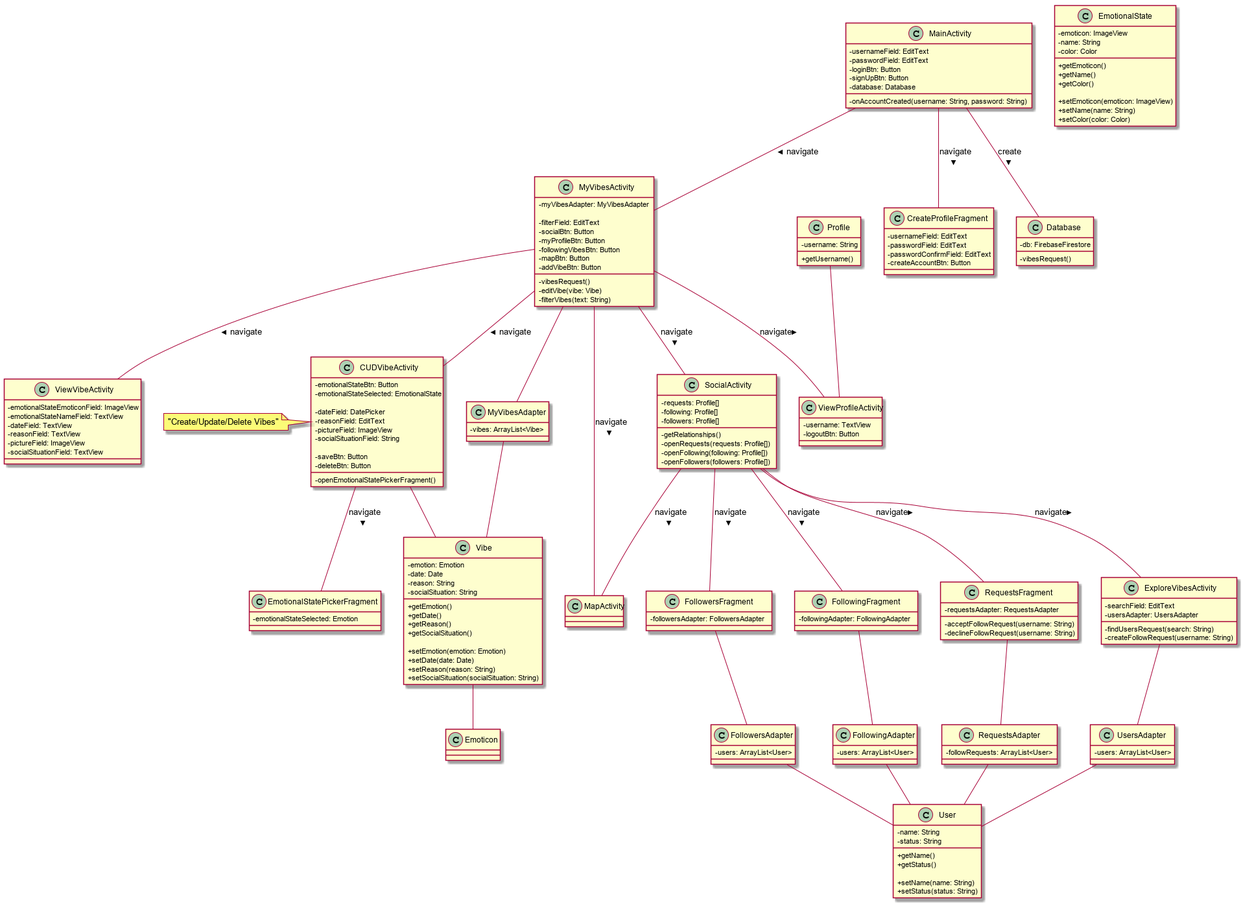
gatilogo/Vybe keeps this PlantUML diagram as doc/UML.png. Above is the earlier version. The source it was exported from:
```plantuml
@startuml UML

skinparam ClassAttributeIconSize 0


Class MainActivity {
    - usernameField: EditText
    - passwordField: EditText
    - loginBtn: Button
    - signUpBtn: Button
    - database: Database

    - onAccountCreated(username: String, password: String)
}

Class MyVibesActivity {
    - myVibesAdapter: MyVibesAdapter

    - filterField: EditText
    - socialBtn: Button
    - myProfileBtn: Button
    - followingVibesBtn: Button
    - mapBtn: Button
    - addVibeBtn: Button

    - vibesRequest()
    - editVibe(vibe: Vibe)
    - filterVibes(text: String)
}

note left of CUDVibeActivity: "Create/Update/Delete Vibes"
Class CUDVibeActivity {
    - emotionalStateBtn: Button
    - emotionalStateSelected: EmotionalState

    - dateField: DatePicker
    - reasonField: EditText
    - pictureField: ImageView
    - socialSituationField: String

    - saveBtn: Button
    - deleteBtn: Button

    - openEmotionalStatePickerFragment()
}

Class ViewVibeActivity {
    - emotionalStateEmoticonField: ImageView
    - emotionalStateNameField: TextView
    - dateField: TextView
    - reasonField: TextView
    - pictureField: ImageView
    - socialSituationField: TextView
}


Class ViewProfileActivity {
    - username: TextView
    - logoutBtn: Button
}


Class SocialActivity {
    - requests: Profile[]
    - following: Profile[]
    - followers: Profile[]

    - getRelationships()
    - openRequests(requests: Profile[])
    - openFollowing(following: Profile[])
    - openFollowers(followers: Profile[])
}

Class ExploreVibesActivity {
    - searchField: EditText
    - usersAdapter: UsersAdapter

    - findUsersRequest(search: String)
    - createFollowRequest(username: String)
}

Class MapActivity {

}


Class CreateProfileFragment {
    - usernameField: EditText
    - passwordField: EditText
    - passwordConfirmField: EditText
    - createAccountBtn: Button
}

Class RequestsFragment {
    - requestsAdapter: RequestsAdapter
    - acceptFollowRequest(username: String)
    - declineFollowRequest(username: String)
}

Class FollowingFragment {
    - followingAdapter: FollowingAdapter
}

Class FollowersFragment {
    - followersAdapter: FollowersAdapter
}

Class EmotionalStatePickerFragment {
    - emotionalStateSelected: Emotion
}


Class Profile {
    - username: String

    + getUsername()
}

Class Vibe {
    - emotion: Emotion
    - date: Date
    - reason: String
    - socialSituation: String

    + getEmotion()
    + getDate()
    + getReason()
    + getSocialSituation()

    + setEmotion(emotion: Emotion)
    + setDate(date: Date)
    + setReason(reason: String)
    + setSocialSituation(socialSituation: String)
}

Class EmotionalState {
    - emoticon: ImageView
    - name: String
    - color: Color

    + getEmoticon()
    + getName()
    + getColor()

    + setEmoticon(emoticon: ImageView)
    + setName(name: String)
    + setColor(color: Color)

}

Class User {
    - name: String
    - status: String

    + getName()
    + getStatus()

    + setName(name: String)
    + setStatus(status: String)
}


Class MyVibesAdapter {
    - vibes: ArrayList<Vibe>

}

Class FollowersAdapter {
    - users: ArrayList<User>

}

Class FollowingAdapter {
    - users: ArrayList<User>

}

Class RequestsAdapter {
    - followRequests: ArrayList<User>

}
Class UsersAdapter {
    - users: ArrayList<User>

}


Class Database {
    - db: FirebaseFirestore
    - vibesRequest()
}





MainActivity -- CreateProfileFragment: navigate >
MainActivity -- MyVibesActivity: navigate >

MyVibesActivity -- ViewProfileActivity:  navigate >
MyVibesActivity -- CUDVibeActivity: navigate >
MyVibesActivity -- ViewVibeActivity: navigate >
MyVibesActivity -- SocialActivity: navigate >
MyVibesActivity -- MapActivity: navigate >

CUDVibeActivity -- EmotionalStatePickerFragment: navigate >

SocialActivity -- RequestsFragment: navigate >
SocialActivity -- FollowingFragment: navigate >
SocialActivity -- FollowersFragment: navigate >
SocialActivity -- ExploreVibesActivity: navigate >
SocialActivity -- MapActivity: navigate >

MyVibesActivity -- MyVibesAdapter
RequestsFragment -- RequestsAdapter
FollowingFragment -- FollowingAdapter
FollowersFragment -- FollowersAdapter
ExploreVibesActivity -- UsersAdapter


MyVibesAdapter -- Vibe
RequestsAdapter -- User
FollowingAdapter -- User
FollowersAdapter -- User
UsersAdapter -- User

MainActivity -- Database: create >
CUDVibeActivity -- Vibe
Vibe -- Emoticon
Profile -- ViewProfileActivity

@enduml
```
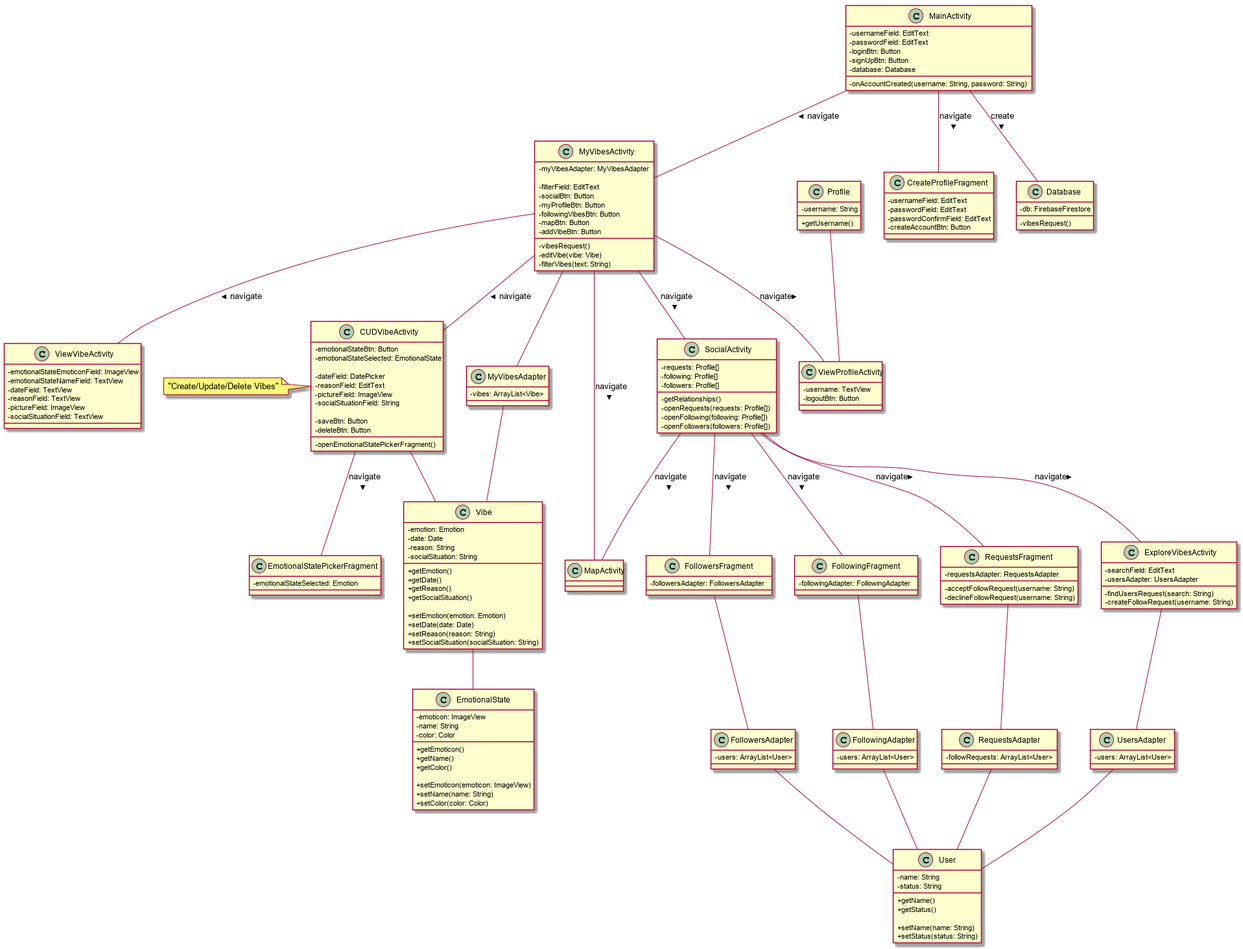
The same diagram one commit later.

Commit message:
Fixed emotional state not linked to anything

What changed in the source:
```diff
@@ -226,7 +226,7 @@
 
 MainActivity -- Database: create >
 CUDVibeActivity -- Vibe
-Vibe -- Emoticon
+Vibe -- EmotionalState
 Profile -- ViewProfileActivity
 
 @enduml
```
